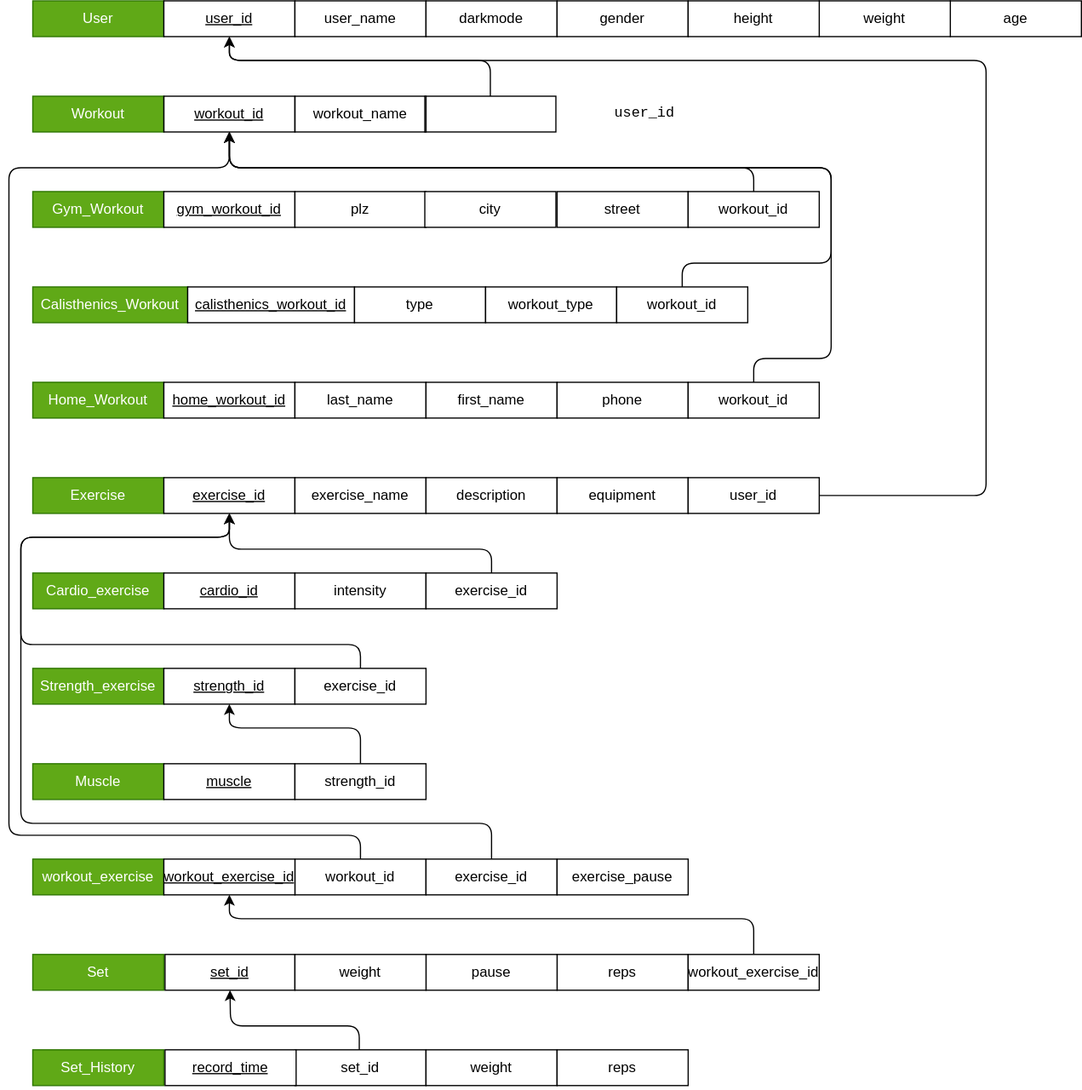
This is DataBase-RelationasSchema.drawio.svg from Johannes0220/DatabaseProject, a draw.io export, as it was before one commit. Source tidied: cells renumbered, new cells last; positions are measured from the earlier drawing's top-left corner, leaving out a move shared by most shapes.
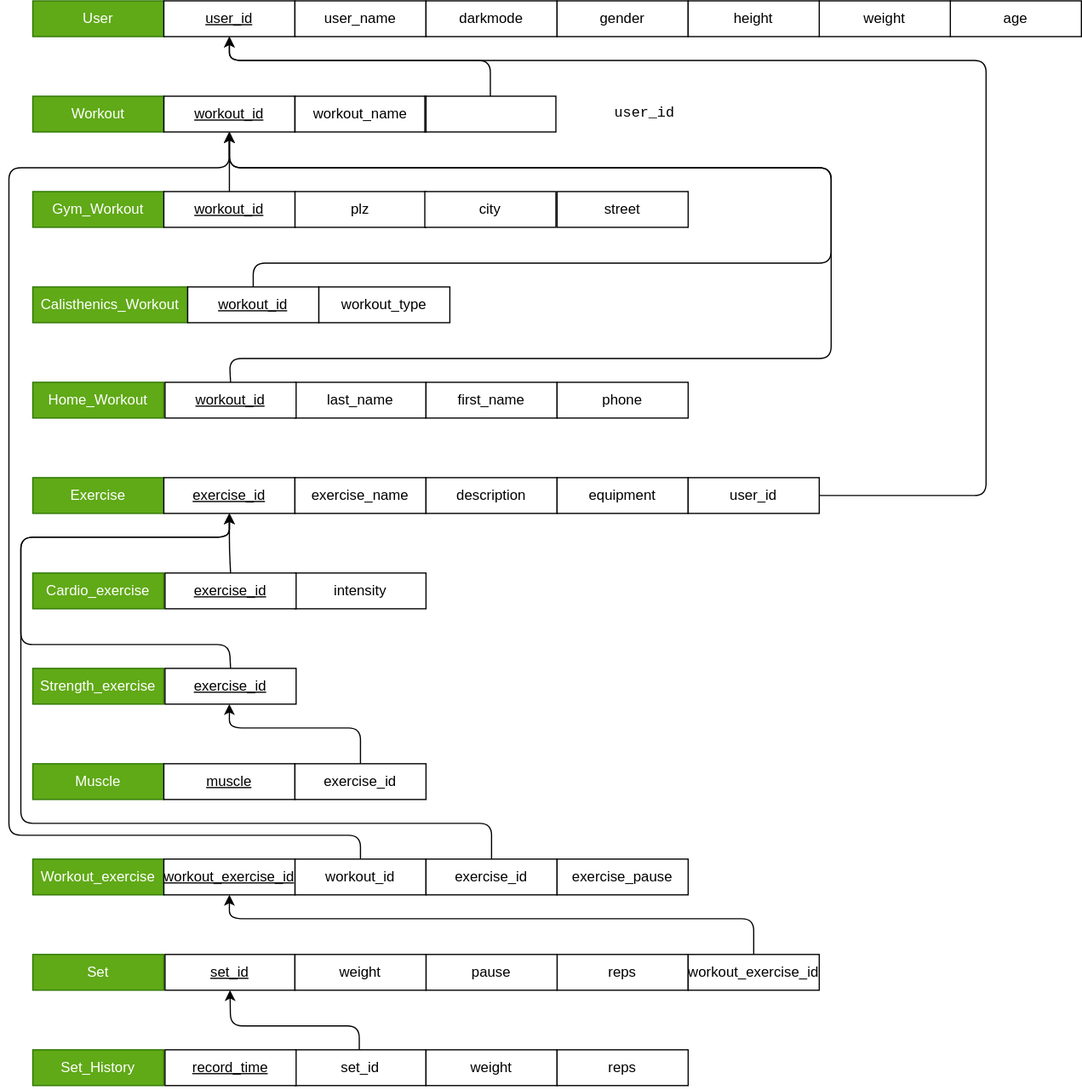
The same diagram one commit later.

Change to the diagram source:
```diff
@@ -76,7 +76,7 @@
     <mxCell id="21" value="user_id" style="whiteSpace=wrap;html=1;" parent="1" vertex="1">
       <mxGeometry x="570" y="400" width="110" height="30" as="geometry" />
     </mxCell>
-    <mxCell id="22" value="workout_exercise" style="whiteSpace=wrap;html=1;fillColor=#60a917;fontColor=#ffffff;strokeColor=#2D7600;" parent="1" vertex="1">
+    <mxCell id="22" value="Workout_exercise" style="whiteSpace=wrap;html=1;fillColor=#60a917;fontColor=#ffffff;strokeColor=#2D7600;" parent="1" vertex="1">
       <mxGeometry x="20" y="720" width="110" height="30" as="geometry" />
     </mxCell>
     <mxCell id="23" style="edgeStyle=none;html=1;exitX=0.5;exitY=0;exitDx=0;exitDy=0;entryX=0.5;entryY=1;entryDx=0;entryDy=0;" parent="1" edge="1" source="24" target="11">
@@ -163,32 +163,20 @@
     <mxCell id="41" value="Gym_Workout" style="whiteSpace=wrap;html=1;fillColor=#60a917;fontColor=#ffffff;strokeColor=#2D7600;" parent="1" vertex="1">
       <mxGeometry x="20" y="160" width="110" height="30" as="geometry" />
     </mxCell>
-    <mxCell id="42" value="&lt;u&gt;gym_workout_id&lt;/u&gt;" style="whiteSpace=wrap;html=1;" parent="1" vertex="1">
-      <mxGeometry x="130" y="160" width="110" height="30" as="geometry" />
-    </mxCell>
     <mxCell id="43" value="plz" style="whiteSpace=wrap;html=1;" parent="1" vertex="1">
       <mxGeometry x="240" y="160" width="110" height="30" as="geometry" />
     </mxCell>
     <mxCell id="44" value="Calisthenics_Workout" style="whiteSpace=wrap;html=1;fillColor=#60a917;fontColor=#ffffff;strokeColor=#2D7600;" parent="1" vertex="1">
       <mxGeometry x="20" y="240" width="130" height="30" as="geometry" />
     </mxCell>
-    <mxCell id="45" value="&lt;u&gt;calisthenics_workout_id&lt;/u&gt;" style="whiteSpace=wrap;html=1;" parent="1" vertex="1">
-      <mxGeometry x="150" y="240" width="140" height="30" as="geometry" />
-    </mxCell>
     <mxCell id="46" value="Home_Workout" style="whiteSpace=wrap;html=1;fillColor=#60a917;fontColor=#ffffff;strokeColor=#2D7600;" parent="1" vertex="1">
       <mxGeometry x="20" y="320" width="110" height="30" as="geometry" />
     </mxCell>
-    <mxCell id="47" value="&lt;u&gt;home_workout_id&lt;/u&gt;" style="whiteSpace=wrap;html=1;" parent="1" vertex="1">
-      <mxGeometry x="130" y="320" width="110" height="30" as="geometry" />
-    </mxCell>
-    <mxCell id="48" value="type" style="whiteSpace=wrap;html=1;" parent="1" vertex="1">
-      <mxGeometry x="290" y="240" width="110" height="30" as="geometry" />
-    </mxCell>
     <mxCell id="49" value="last_name" style="whiteSpace=wrap;html=1;" parent="1" vertex="1">
       <mxGeometry x="240" y="320" width="110" height="30" as="geometry" />
     </mxCell>
     <mxCell id="50" value="workout_type" style="whiteSpace=wrap;html=1;" parent="1" vertex="1">
-      <mxGeometry x="400" y="240" width="110" height="30" as="geometry" />
+      <mxGeometry x="260" y="240" width="110" height="30" as="geometry" />
     </mxCell>
     <mxCell id="51" value="first_name" style="whiteSpace=wrap;html=1;" parent="1" vertex="1">
       <mxGeometry x="350" y="320" width="110" height="30" as="geometry" />
@@ -208,30 +196,25 @@
     <mxCell id="56" value="Cardio_exercise" style="whiteSpace=wrap;html=1;fillColor=#60a917;fontColor=#ffffff;strokeColor=#2D7600;" parent="1" vertex="1">
       <mxGeometry x="20" y="480" width="110" height="30" as="geometry" />
     </mxCell>
-    <mxCell id="57" value="&lt;u&gt;cardio_id&lt;/u&gt;" style="whiteSpace=wrap;html=1;" parent="1" vertex="1">
-      <mxGeometry x="130" y="480" width="110" height="30" as="geometry" />
-    </mxCell>
     <mxCell id="58" value="Strength_exercise" style="whiteSpace=wrap;html=1;fillColor=#60a917;fontColor=#ffffff;strokeColor=#2D7600;" parent="1" vertex="1">
       <mxGeometry x="20" y="560" width="110" height="30" as="geometry" />
     </mxCell>
-    <mxCell id="59" value="&lt;u&gt;strength_id&lt;/u&gt;" style="whiteSpace=wrap;html=1;" parent="1" vertex="1">
-      <mxGeometry x="130" y="560" width="110" height="30" as="geometry" />
-    </mxCell>
     <mxCell id="60" value="Muscle" style="whiteSpace=wrap;html=1;fillColor=#60a917;fontColor=#ffffff;strokeColor=#2D7600;" parent="1" vertex="1">
       <mxGeometry x="20" y="640" width="110" height="30" as="geometry" />
     </mxCell>
     <mxCell id="61" value="&lt;u&gt;muscle&lt;/u&gt;" style="whiteSpace=wrap;html=1;" parent="1" vertex="1">
       <mxGeometry x="130" y="640" width="110" height="30" as="geometry" />
     </mxCell>
-    <mxCell id="62" style="edgeStyle=none;html=1;exitX=0.5;exitY=0;exitDx=0;exitDy=0;entryX=0.5;entryY=1;entryDx=0;entryDy=0;" parent="1" edge="1" source="63" target="59">
+    <mxCell id="62" style="edgeStyle=none;html=1;exitX=0.5;exitY=0;exitDx=0;exitDy=0;entryX=0.5;entryY=1;entryDx=0;entryDy=0;" parent="1" edge="1" source="63">
       <mxGeometry relative="1" as="geometry">
+        <mxPoint x="185" y="590" as="targetPoint" />
         <Array as="points">
           <mxPoint x="295" y="610" />
           <mxPoint x="185" y="610" />
         </Array>
       </mxGeometry>
     </mxCell>
-    <mxCell id="63" value="strength_id" style="whiteSpace=wrap;html=1;" parent="1" vertex="1">
+    <mxCell id="63" value="exercise_id" style="whiteSpace=wrap;html=1;" parent="1" vertex="1">
       <mxGeometry x="240" y="640" width="110" height="30" as="geometry" />
     </mxCell>
     <mxCell id="64" value="intensity" style="whiteSpace=wrap;html=1;" parent="1" vertex="1">
@@ -240,41 +223,40 @@
     <mxCell id="65" style="edgeStyle=none;html=1;exitX=0.5;exitY=0;exitDx=0;exitDy=0;entryX=0.5;entryY=1;entryDx=0;entryDy=0;" parent="1" edge="1" source="66" target="16">
       <mxGeometry relative="1" as="geometry">
         <Array as="points">
-          <mxPoint x="295" y="540" />
+          <mxPoint x="185" y="540" />
           <mxPoint x="10" y="540" />
           <mxPoint x="10" y="450" />
           <mxPoint x="185" y="450" />
         </Array>
       </mxGeometry>
     </mxCell>
-    <mxCell id="66" value="exercise_id" style="whiteSpace=wrap;html=1;" parent="1" vertex="1">
-      <mxGeometry x="240" y="560" width="110" height="30" as="geometry" />
+    <mxCell id="66" value="&lt;u&gt;exercise_id&lt;/u&gt;" style="whiteSpace=wrap;html=1;" parent="1" vertex="1">
+      <mxGeometry x="131" y="560" width="110" height="30" as="geometry" />
     </mxCell>
     <mxCell id="67" style="edgeStyle=none;html=1;exitX=0.5;exitY=0;exitDx=0;exitDy=0;entryX=0.5;entryY=1;entryDx=0;entryDy=0;" parent="1" edge="1" source="68" target="16">
       <mxGeometry relative="1" as="geometry">
         <Array as="points">
-          <mxPoint x="405" y="460" />
           <mxPoint x="185" y="460" />
         </Array>
       </mxGeometry>
     </mxCell>
-    <mxCell id="68" value="exercise_id" style="whiteSpace=wrap;html=1;" parent="1" vertex="1">
-      <mxGeometry x="350" y="480" width="110" height="30" as="geometry" />
+    <mxCell id="68" value="&lt;u&gt;exercise_id&lt;/u&gt;" style="whiteSpace=wrap;html=1;" parent="1" vertex="1">
+      <mxGeometry x="131" y="480" width="110" height="30" as="geometry" />
     </mxCell>
     <mxCell id="69" style="edgeStyle=none;html=1;exitX=0.5;exitY=0;exitDx=0;exitDy=0;entryX=0.5;entryY=1;entryDx=0;entryDy=0;" parent="1" edge="1" source="70" target="11">
       <mxGeometry relative="1" as="geometry">
         <Array as="points">
-          <mxPoint x="625" y="140" />
           <mxPoint x="185" y="140" />
         </Array>
       </mxGeometry>
     </mxCell>
-    <mxCell id="70" value="workout_id" style="whiteSpace=wrap;html=1;" parent="1" vertex="1">
-      <mxGeometry x="570" y="160" width="110" height="30" as="geometry" />
+    <mxCell id="70" value="&lt;u&gt;workout_id&lt;/u&gt;" style="whiteSpace=wrap;html=1;" parent="1" vertex="1">
+      <mxGeometry x="130" y="160" width="110" height="30" as="geometry" />
     </mxCell>
     <mxCell id="71" style="edgeStyle=none;html=1;exitX=0.5;exitY=0;exitDx=0;exitDy=0;entryX=0.5;entryY=1;entryDx=0;entryDy=0;" parent="1" edge="1" source="72" target="11">
       <mxGeometry relative="1" as="geometry">
         <Array as="points">
+          <mxPoint x="205" y="220" />
           <mxPoint x="565" y="220" />
           <mxPoint x="690" y="220" />
           <mxPoint x="690" y="140" />
@@ -282,12 +264,13 @@
         </Array>
       </mxGeometry>
     </mxCell>
-    <mxCell id="72" value="workout_id" style="whiteSpace=wrap;html=1;" parent="1" vertex="1">
-      <mxGeometry x="510" y="240" width="110" height="30" as="geometry" />
+    <mxCell id="72" value="&lt;u&gt;workout_id&lt;/u&gt;" style="whiteSpace=wrap;html=1;" parent="1" vertex="1">
+      <mxGeometry x="150" y="240" width="110" height="30" as="geometry" />
     </mxCell>
     <mxCell id="73" style="edgeStyle=none;html=1;exitX=0.5;exitY=0;exitDx=0;exitDy=0;entryX=0.5;entryY=1;entryDx=0;entryDy=0;" parent="1" edge="1" source="74" target="11">
       <mxGeometry relative="1" as="geometry">
         <Array as="points">
+          <mxPoint x="185" y="300" />
           <mxPoint x="625" y="300" />
           <mxPoint x="690" y="300" />
           <mxPoint x="690" y="140" />
@@ -295,8 +278,8 @@
         </Array>
       </mxGeometry>
     </mxCell>
-    <mxCell id="74" value="workout_id" style="whiteSpace=wrap;html=1;" parent="1" vertex="1">
-      <mxGeometry x="570" y="320" width="110" height="30" as="geometry" />
+    <mxCell id="74" value="&lt;u&gt;workout_id&lt;/u&gt;" style="whiteSpace=wrap;html=1;" parent="1" vertex="1">
+      <mxGeometry x="131" y="320" width="110" height="30" as="geometry" />
     </mxCell>
   </root>
 </mxGraphModel>
```
